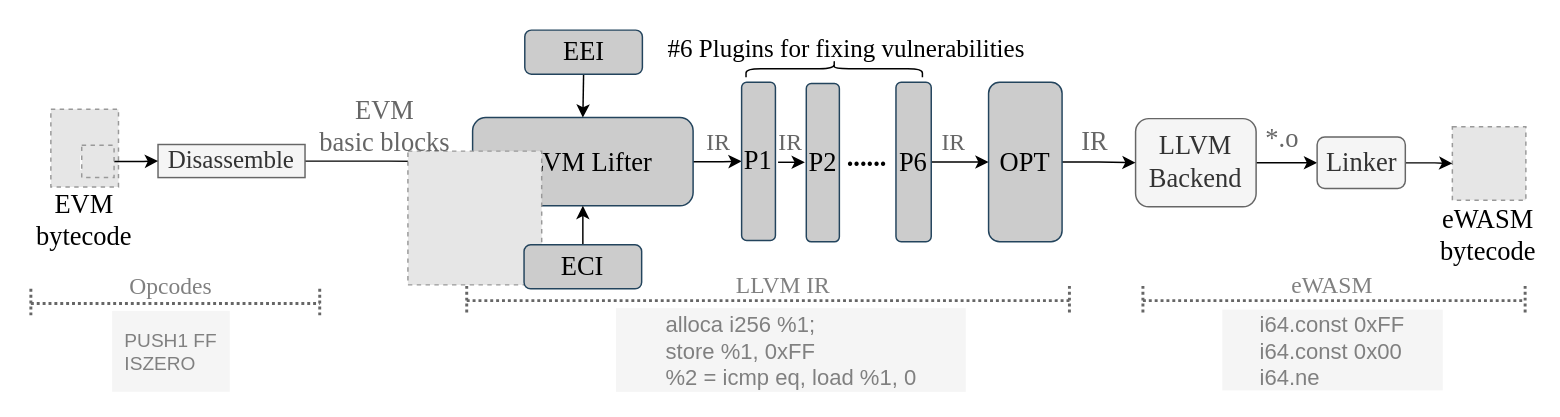
Earlier version of the draw.io diagram page "overlook" (1 of 12) of Untitled Diagram.drawio (Kenun99/drawio.repo). Source tidied: cells renumbered, new cells numbered last; positions are measured from the earlier drawing's top-left corner, leaving out a move shared by most shapes. Both pictures are drawn from the tidied source at 147%, with x=0, y=0 at pixel (25, 28). Pictures stored in the file or linked from it are replaced by grey dashed boxes.
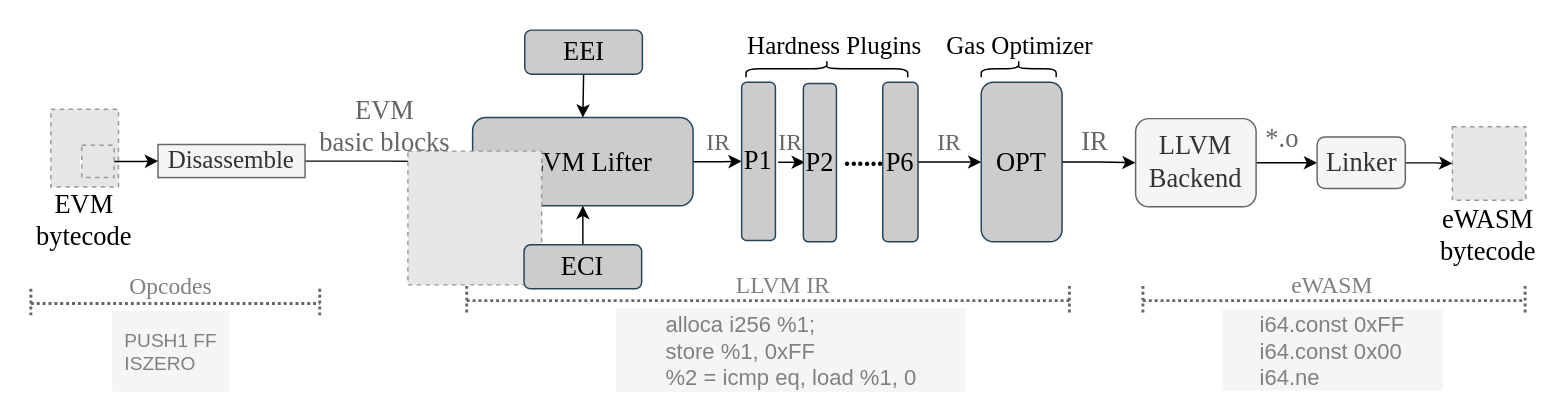
The same page after the edit.

Diff of the diagram source:
```diff
@@
     <mxCell id="36" value="......" style="text;html=1;align=center;verticalAlign=middle;strokeColor=none;fillColor=none;fontSize=18;fontStyle=1;fontFamily=Times New Roman;" parent="1" vertex="1">
-      <mxGeometry x="552.2" y="72.7" width="40" height="30" as="geometry" />
+      <mxGeometry x="550.2" y="72.7" width="40" height="30" as="geometry" />
     </mxCell>
@@
     <mxCell id="40" value="&lt;span&gt;P6&lt;/span&gt;" style="rounded=1;whiteSpace=wrap;html=1;labelBackgroundColor=none;fontFamily=Times New Roman;fontSize=18;strokeColor=#23445d;strokeWidth=1;fillColor=#CCCCCC;fontStyle=0;" parent="1" vertex="1">
-      <mxGeometry x="592" y="36.4" width="24" height="108.6" as="geometry" />
+      <mxGeometry x="583" y="36.4" width="24" height="108.6" as="geometry" />
     </mxCell>
     <mxCell id="41" value="&lt;span style=&quot;font-size: 16px;&quot;&gt;IR&lt;/span&gt;" style="text;html=1;strokeColor=none;fillColor=none;align=center;verticalAlign=middle;whiteSpace=wrap;rounded=0;labelBackgroundColor=none;fontFamily=Times New Roman;fontSize=16;fontColor=#666666;" parent="1" vertex="1">
-      <mxGeometry x="618" y="68.5" width="27" height="17.3" as="geometry" />
+      <mxGeometry x="615" y="68.5" width="27" height="17.3" as="geometry" />
     </mxCell>
     <mxCell id="42" style="shape=curlyBracket;whiteSpace=wrap;html=1;rounded=1;flipH=1;fontSize=18;direction=south;fontFamily=Times New Roman;size=0.5;" parent="1" vertex="1">
-      <mxGeometry x="490" y="21.5" width="120" height="11.5" as="geometry" />
+      <mxGeometry x="490" y="21.5" width="110" height="11.5" as="geometry" />
     </mxCell>
-    <mxCell id="43" value="#6 Plugins for fixing vulnerabilities" style="text;html=1;align=center;verticalAlign=middle;strokeColor=none;fillColor=none;fontSize=17;fontStyle=0;fontFamily=Times New Roman;" parent="1" vertex="1">
-      <mxGeometry x="428" width="260" height="30" as="geometry" />
+    <mxCell id="43" value="Hardness Plugins" style="text;html=1;align=center;verticalAlign=middle;strokeColor=none;fillColor=none;fontSize=17;fontStyle=0;fontFamily=Times New Roman;" parent="1" vertex="1">
+      <mxGeometry x="485" y="-2" width="130" height="30" as="geometry" />
     </mxCell>
     <mxCell id="44" value="&lt;span&gt;P2&lt;/span&gt;" style="rounded=1;whiteSpace=wrap;html=1;labelBackgroundColor=none;fontFamily=Times New Roman;fontSize=18;strokeColor=#23445d;strokeWidth=1;fillColor=#CCCCCC;fontStyle=0;" parent="1" vertex="1">
-      <mxGeometry x="531" y="37.3" width="22.5" height="107.7" as="geometry" />
+      <mxGeometry x="529" y="37.3" width="22.5" height="107.7" as="geometry" />
     </mxCell>
@@
     <mxCell id="48" value="&lt;span&gt;OPT&lt;/span&gt;" style="rounded=1;whiteSpace=wrap;html=1;labelBackgroundColor=none;fontFamily=Times New Roman;fontSize=18;strokeColor=#23445d;strokeWidth=1;fillColor=#CCCCCC;fontStyle=0;" parent="1" vertex="1">
-      <mxGeometry x="655" y="36.4" width="50" height="108.6" as="geometry" />
+      <mxGeometry x="650" y="36.4" width="55" height="108.6" as="geometry" />
     </mxCell>
@@
+    <mxCell id="51" value="Gas Optimizer" style="text;html=1;align=center;verticalAlign=middle;strokeColor=none;fillColor=none;fontSize=17;fontStyle=0;fontFamily=Times New Roman;" parent="1" vertex="1">
+      <mxGeometry x="616" y="-2" width="120" height="30" as="geometry" />
+    </mxCell>
+    <mxCell id="52" style="shape=curlyBracket;whiteSpace=wrap;html=1;rounded=1;flipH=1;fontSize=18;direction=south;fontFamily=Times New Roman;size=0.5;" parent="1" vertex="1">
+      <mxGeometry x="650" y="21.5" width="51" height="11.5" as="geometry" />
+    </mxCell>
```
